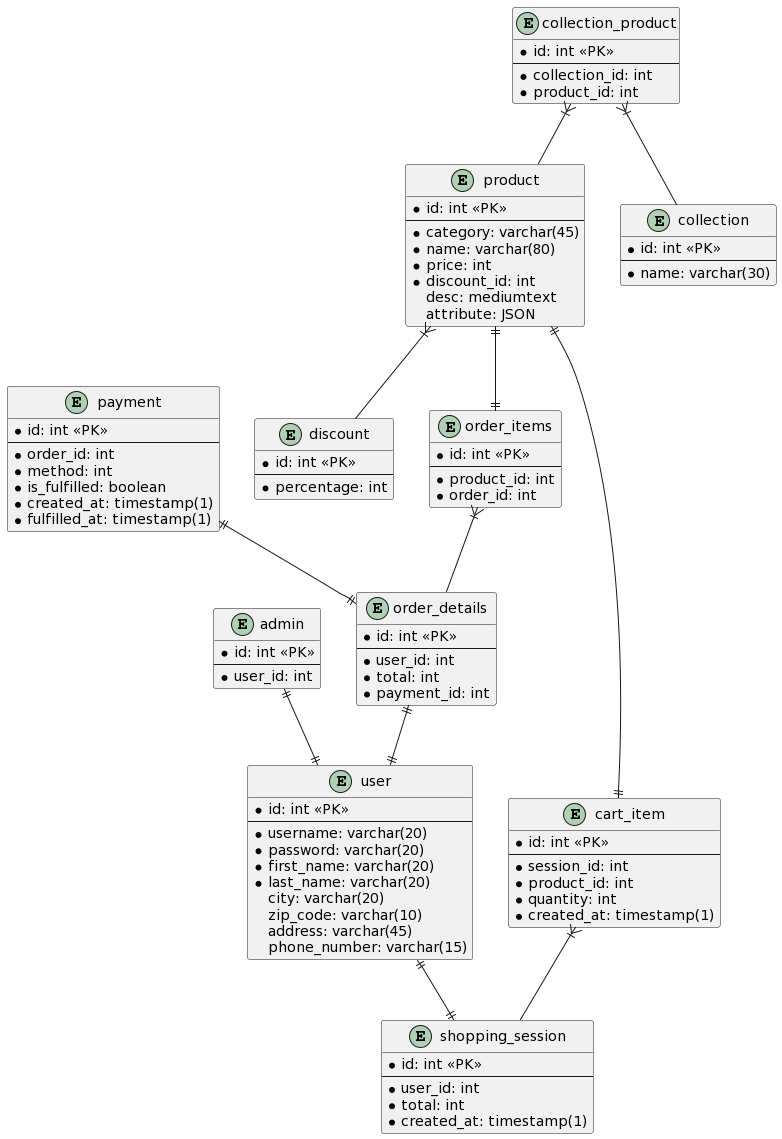
The PlantUML diagram database/schema.png in vincent01110/szfm, before a commit.
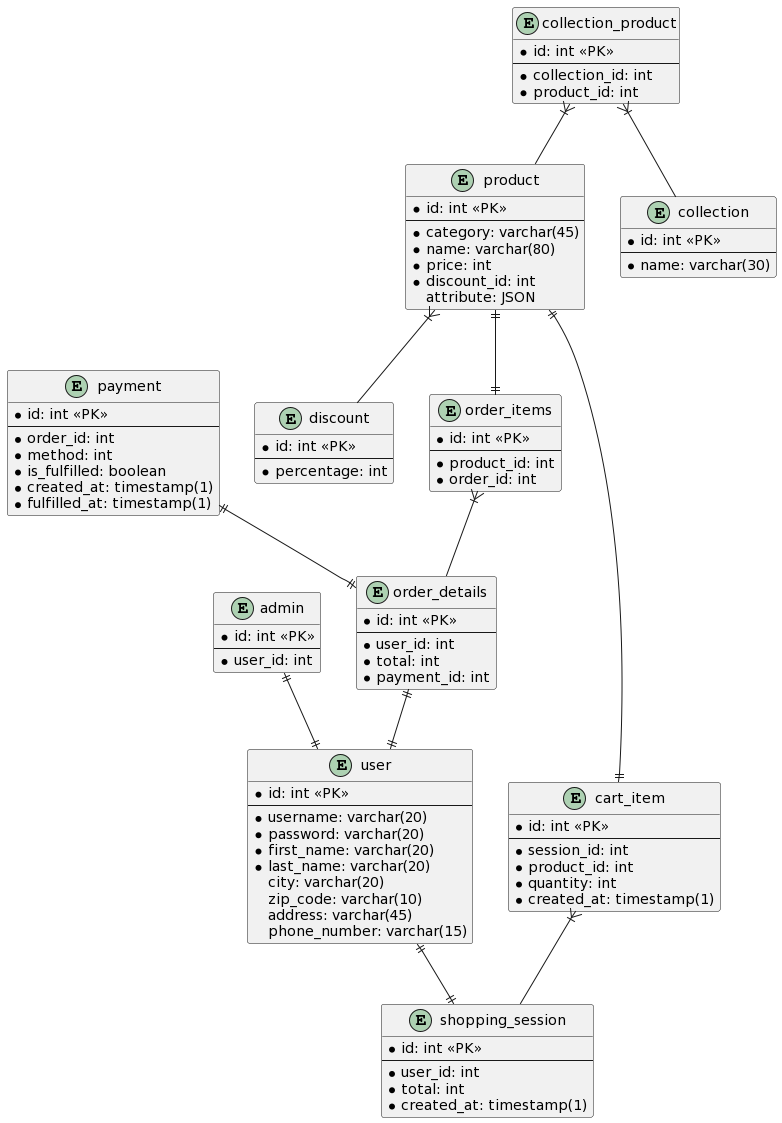
After the commit.

Diff of the diagram source:
```diff
@@ -6,7 +6,6 @@
   * name: varchar(80)
   * price: int
   * discount_id: int
-  desc: mediumtext
   attribute: JSON
 }
 entity discount{
```
